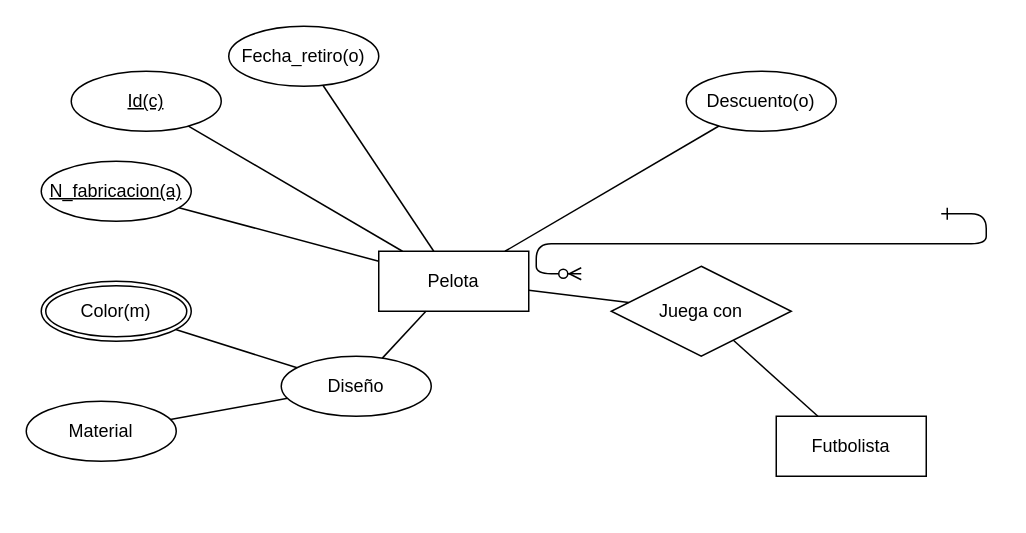
The draw.io diagram GBD/Diagrama sin título.drawio in poliestireno/ASIR1_2627, before the edit. Source tidied: cells renumbered, new cells numbered last; positions are measured from the earlier drawing's top-left corner, leaving out a move shared by most shapes. Both pictures are drawn from the tidied source at 150%, with x=0, y=0 at pixel (26, 26).
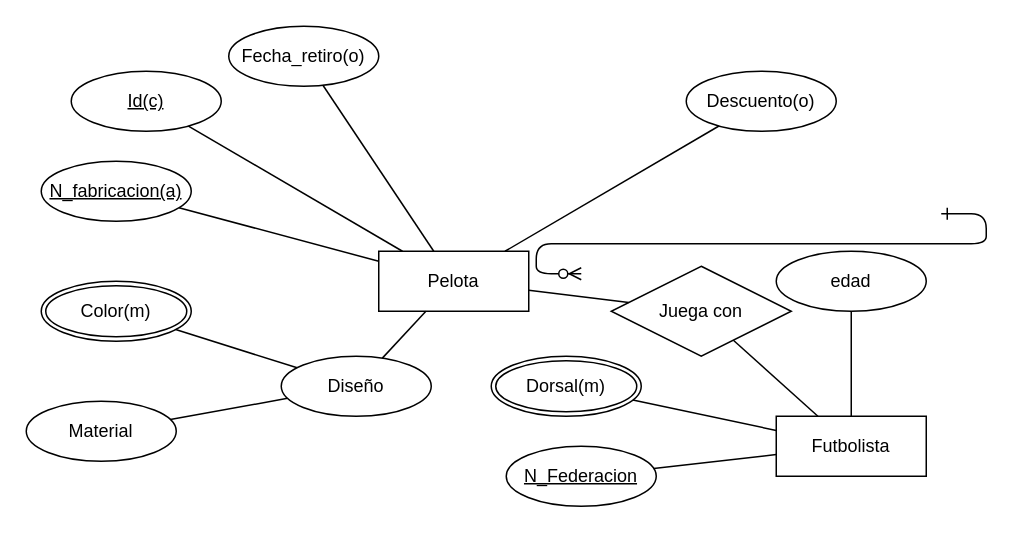
Above is the later version.

The change refers to these unchanged cells:
```xml
<mxCell id="18" value="Futbolista" style="whiteSpace=wrap;html=1;align=center;" parent="1" vertex="1">
  <mxGeometry x="500" y="260" width="100" height="40" as="geometry" />
</mxCell>
```

Change to the diagram source:
```diff
@@
+    <mxCell id="22" value="edad" style="ellipse;whiteSpace=wrap;html=1;align=center;" parent="1" vertex="1">
+      <mxGeometry x="500" y="150" width="100" height="40" as="geometry" />
+    </mxCell>
+    <mxCell id="23" style="endArrow=none;html=1;rounded=0;" parent="1" edge="1" source="18" target="22">
+      <mxGeometry relative="1" as="geometry" />
+    </mxCell>
+    <mxCell id="24" value="Dorsal(m)" style="ellipse;shape=doubleEllipse;margin=3;whiteSpace=wrap;html=1;align=center;" parent="1" vertex="1">
+      <mxGeometry x="310" y="220" width="100" height="40" as="geometry" />
+    </mxCell>
+    <mxCell id="25" style="endArrow=none;html=1;rounded=0;" parent="1" edge="1" source="24" target="18">
+      <mxGeometry relative="1" as="geometry" />
+    </mxCell>
+    <mxCell id="26" value="N_Federacion" style="ellipse;whiteSpace=wrap;html=1;align=center;fontStyle=4;" parent="1" vertex="1">
+      <mxGeometry x="320" y="280" width="100" height="40" as="geometry" />
+    </mxCell>
+    <mxCell id="27" style="endArrow=none;html=1;rounded=0;" parent="1" edge="1" source="26" target="18">
+      <mxGeometry relative="1" as="geometry" />
+    </mxCell>
```
